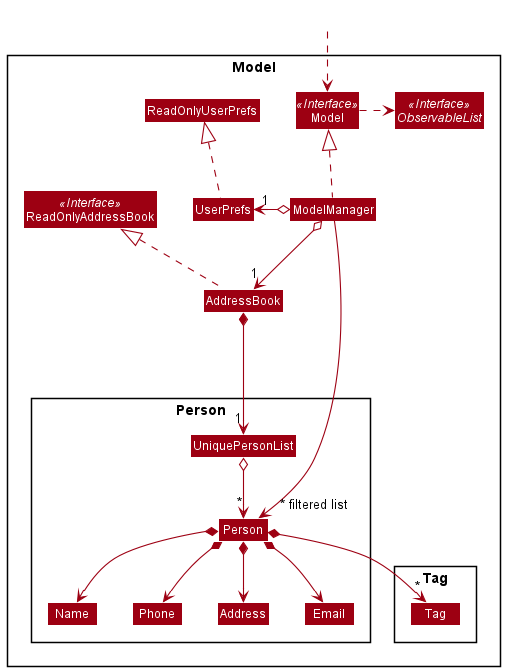
nus-cs2103-AY2021S2/tp keeps this PlantUML diagram as docs/images/ModelClassDiagram.png. Above is the earlier version.
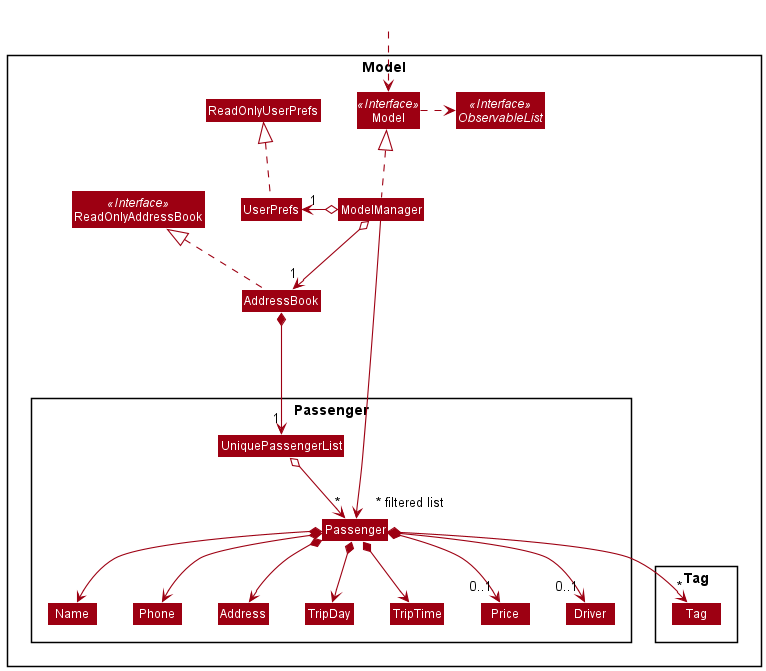
Above is the later version.

Change to the diagram source:
```diff
@@ -15,13 +15,16 @@
 Class UserPrefs
 Class ReadOnlyUserPrefs
 
-Package Person {
-Class Person
+Package Passenger {
+Class Passenger
 Class Address
-Class Email
 Class Name
 Class Phone
-Class UniquePersonList
+Class UniquePassengerList
+Class TripDay
+Class TripTime
+Class Price
+Class Driver
 }
 
 Package Tag {
@@ -40,17 +43,20 @@
 ModelManager o-left-> "1" UserPrefs
 UserPrefs .up.|> ReadOnlyUserPrefs
 
-AddressBook *--> "1" UniquePersonList
-UniquePersonList o--> "*" Person
-Person *--> Name
-Person *--> Phone
-Person *--> Email
-Person *--> Address
-Person *--> "*" Tag
+AddressBook *--> "1" UniquePassengerList
+UniquePassengerList o--> "*" Passenger
+Passenger *--> Name
+Passenger *--> Phone
+Passenger *--> Address
+Passenger *--> TripDay
+Passenger *--> TripTime
+Passenger *--> "0..1" Price
+Passenger *--> "0..1" Driver
+Passenger *--> "*" Tag
+
 
 Name -[hidden]right-> Phone
 Phone -[hidden]right-> Address
-Address -[hidden]right-> Email
 
-ModelManager ----->" ~* filtered list" Person
+ModelManager ----->" ~* filtered list" Passenger
 @enduml
```
